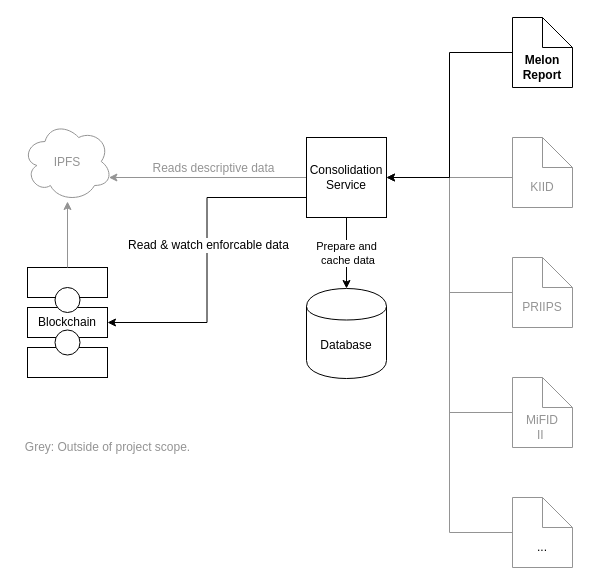
The draw.io diagram docs/assets/DataConsolidation.drawio in schmidsi/melon-reporting, before the edit. Source tidied: cells renumbered, new cells numbered last; positions are measured from the earlier drawing's top-left corner, leaving out a move shared by most shapes. Both pictures are drawn from the tidied source at 100%, with x=0, y=0 at pixel (17, 17).
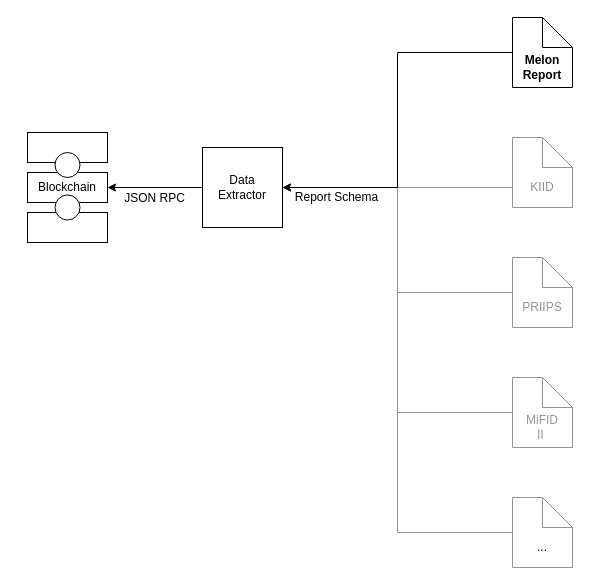
The same page after the edit.

Commit message (it also covers changes not shown here):
Moved data consolidation to Data Extraction. Finishes #99

Unchanged cells that the change refers to:
```xml
<mxCell id="10" style="group;" parent="9" vertex="1">
  <mxGeometry width="80" height="80" as="geometry" />
</mxCell>
<mxCell id="11" value="&lt;div style=&quot;text-align: center&quot;&gt;&lt;/div&gt;" style="rounded=0;whiteSpace=wrap;html=1;fontFamily=Source Serif Pro;align=left;" parent="10" vertex="1">
  <mxGeometry width="80" height="80" as="geometry" />
</mxCell>
<mxCell id="16" style="rounded=0;whiteSpace=wrap;html=1;fontFamily=Source Serif Pro;align=left;" parent="15" vertex="1">
  <mxGeometry width="80" height="30" as="geometry" />
</mxCell>
<mxCell id="17" style="rounded=0;whiteSpace=wrap;html=1;fontFamily=Source Serif Pro;align=left;" parent="15" vertex="1">
  <mxGeometry y="40" width="80" height="30" as="geometry" />
</mxCell>
<mxCell id="40" style="shape=note;whiteSpace=wrap;html=1;fontFamily=Source Serif Pro;align=left;strokeColor=#949494;fontColor=#949494;" parent="1" vertex="1">
  <mxGeometry x="495" y="120" width="60" height="70" as="geometry" />
</mxCell>
```

Change to the diagram source:
```diff
@@
-    <mxCell id="2" style="edgeStyle=orthogonalEdgeStyle;rounded=0;html=1;entryX=0;entryY=0.5;startArrow=classic;startFill=1;jettySize=auto;fontFamily=Source Serif Pro;endArrow=none;endFill=0;exitX=0.96;exitY=0.7;exitPerimeter=0;strokeColor=#949494;" parent="1" edge="1" source="4" target="11">
-      <mxGeometry relative="1" as="geometry">
-        <Array as="points">
-          <mxPoint x="91" y="160" />
-        </Array>
-      </mxGeometry>
-    </mxCell>
-    <mxCell id="3" value="Reads descriptive data" style="text;html=1;align=center;verticalAlign=middle;labelBackgroundColor=#ffffff;fontFamily=Source Serif Pro;fontColor=#949494;" parent="2" vertex="1">
-      <mxGeometry x="0.23" y="-2" relative="1" as="geometry">
-        <mxPoint x="-18" y="-12" as="offset" />
-      </mxGeometry>
-    </mxCell>
-    <mxCell id="4" value="&lt;div style=&quot;text-align: center&quot;&gt;&lt;br&gt;&lt;/div&gt;&lt;div style=&quot;text-align: center&quot;&gt;&lt;/div&gt;" style="ellipse;shape=cloud;whiteSpace=wrap;html=1;fontFamily=Source Serif Pro;align=left;strokeColor=#949494;" parent="1" vertex="1">
-      <mxGeometry x="5" y="104" width="90" height="80" as="geometry" />
-    </mxCell>
-    <mxCell id="5" value="IPFS" style="text;html=1;strokeColor=none;fillColor=none;align=center;verticalAlign=middle;whiteSpace=wrap;rounded=0;fontFamily=Source Serif Pro;fontColor=#949494;" parent="1" vertex="1">
-      <mxGeometry x="30" y="135" width="40" height="20" as="geometry" />
-    </mxCell>
-    <mxCell id="6" style="group;" parent="1" vertex="1">
-      <mxGeometry x="289" y="271" width="80" height="90" as="geometry" />
-    </mxCell>
-    <mxCell id="7" style="shape=cylinder;whiteSpace=wrap;html=1;boundedLbl=1;fontFamily=Source Serif Pro;align=left;" parent="6" vertex="1">
-      <mxGeometry width="80" height="90" as="geometry" />
-    </mxCell>
-    <mxCell id="8" value="Database" style="text;html=1;strokeColor=none;fillColor=none;align=center;verticalAlign=middle;whiteSpace=wrap;rounded=0;fontFamily=Source Serif Pro;" parent="6" vertex="1">
-      <mxGeometry x="20" y="47" width="40" height="20" as="geometry" />
-    </mxCell>
     <mxCell id="9" style="group;" parent="1" vertex="1">
-      <mxGeometry x="289" y="120" width="80" height="80" as="geometry" />
+      <mxGeometry x="185" y="130" width="80" height="80" as="geometry" />
     </mxCell>
@@
-    <mxCell id="12" value="Consolidation Service" style="text;html=1;strokeColor=none;fillColor=none;align=center;verticalAlign=middle;whiteSpace=wrap;rounded=0;fontFamily=Source Serif Pro;" parent="10" vertex="1">
+    <mxCell id="12" value="Data Extractor" style="text;html=1;strokeColor=none;fillColor=none;align=center;verticalAlign=middle;whiteSpace=wrap;rounded=0;fontFamily=Source Serif Pro;" parent="10" vertex="1">
       <mxGeometry x="20" y="30" width="40" height="20" as="geometry" />
     </mxCell>
     <mxCell id="13" style="edgeStyle=orthogonalEdgeStyle;rounded=0;html=1;exitX=0;exitY=0.75;entryX=1;entryY=0.5;startArrow=none;startFill=0;endArrow=classic;endFill=1;jettySize=auto;fontFamily=Source Serif Pro;" parent="1" edge="1" source="11" target="17">
-      <mxGeometry relative="1" as="geometry" />
+      <mxGeometry relative="1" as="geometry">
+        <Array as="points">
+          <mxPoint x="185" y="170" />
+        </Array>
+      </mxGeometry>
     </mxCell>
-    <mxCell id="14" value="Read &amp;amp; watch enforcable data" style="text;html=1;align=center;verticalAlign=middle;labelBackgroundColor=#ffffff;fontFamily=Source Serif Pro;" parent="13" vertex="1">
-      <mxGeometry x="-0.09" y="1" relative="1" as="geometry" />
+    <mxCell id="14" value="JSON RPC" style="text;html=1;align=center;verticalAlign=middle;labelBackgroundColor=#ffffff;fontFamily=Source Serif Pro;" parent="13" vertex="1">
+      <mxGeometry x="-0.09" y="1" relative="1" as="geometry">
+        <mxPoint x="-17" y="9" as="offset" />
+      </mxGeometry>
     </mxCell>
     <mxCell id="15" style="group;" parent="1" vertex="1">
-      <mxGeometry x="10" y="250" width="80" height="110" as="geometry" />
+      <mxGeometry x="10" y="115" width="80" height="110" as="geometry" />
     </mxCell>
@@
-    <mxCell id="22" value="Prepare and&lt;br&gt;&amp;nbsp;cache data" style="edgeStyle=orthogonalEdgeStyle;rounded=0;html=1;exitX=0.5;exitY=1;startArrow=none;startFill=0;endArrow=classic;endFill=1;jettySize=auto;fontFamily=Source Serif Pro;" parent="1" edge="1" source="11" target="7">
-      <mxGeometry relative="1" as="geometry" />
-    </mxCell>
@@
     <mxCell id="32" style="edgeStyle=orthogonalEdgeStyle;rounded=0;html=1;exitX=0;exitY=0.5;entryX=1;entryY=0.5;startArrow=none;startFill=0;endArrow=classic;endFill=1;jettySize=auto;fontFamily=Source Serif Pro;textOpacity=90;strokeColor=#949494;" parent="1" edge="1" source="40" target="11">
       <mxGeometry relative="1" as="geometry">
         <Array as="points">
-          <mxPoint x="495" y="160" />
+          <mxPoint x="495" y="170" />
         </Array>
       </mxGeometry>
     </mxCell>
@@
-    <mxCell id="36" style="edgeStyle=orthogonalEdgeStyle;rounded=0;html=1;exitX=0.5;exitY=0;startArrow=none;startFill=0;endArrow=classic;endFill=1;jettySize=auto;fontFamily=Source Serif Pro;strokeColor=#949494;" parent="1" edge="1" source="16" target="4">
-      <mxGeometry relative="1" as="geometry" />
-    </mxCell>
@@
-    <mxCell id="42" value="&lt;div style=&quot;text-align: left&quot;&gt;&lt;span&gt;Grey: Outside of project scope.&lt;/span&gt;&lt;/div&gt;" style="text;html=1;align=center;verticalAlign=middle;fillColor=none;strokeColor=none;rounded=0;fontFamily=Source Serif Pro;fontColor=#949494;" parent="1" vertex="1">
-      <mxGeometry y="420" width="180" height="20" as="geometry" />
+    <mxCell id="42" value="Report Schema" style="text;html=1;align=center;verticalAlign=middle;labelBackgroundColor=#ffffff;fontFamily=Source Serif Pro;" parent="1" vertex="1">
+      <mxGeometry x="335" y="170" as="geometry">
+        <mxPoint x="-17" y="9" as="offset" />
+      </mxGeometry>
     </mxCell>
```
